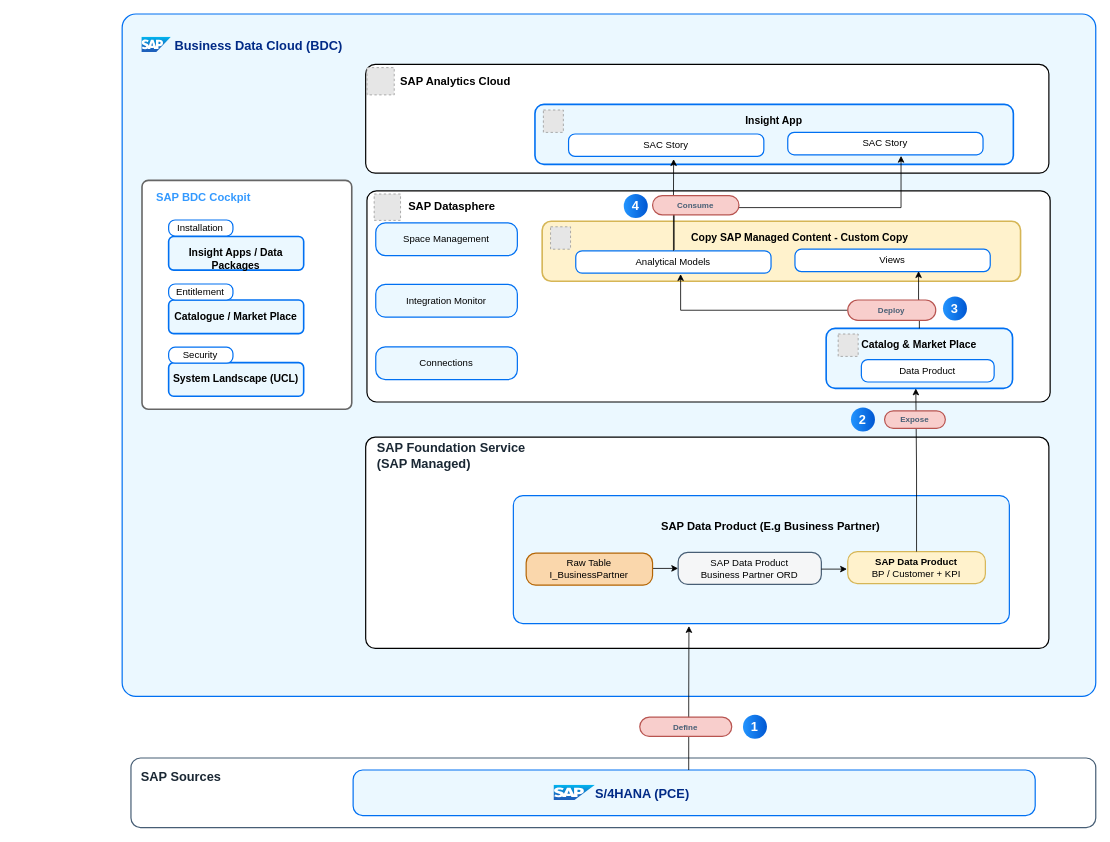
This is docs/ref-arch/RA0013/3-insight-apps-greenfield-bdc/drawio/sap-managed-custom-insight-app.drawio from SAP/architecture-center, a draw.io file, before an edit. Source tidied: cells renumbered, new cells numbered last; positions are measured from the earlier drawing's top-left corner, leaving out a move shared by most shapes. Both pictures are drawn from the tidied source at 80%, with x=0, y=0 at pixel (20, 14). Pictures stored in the file or linked from it are replaced by grey dashed boxes.
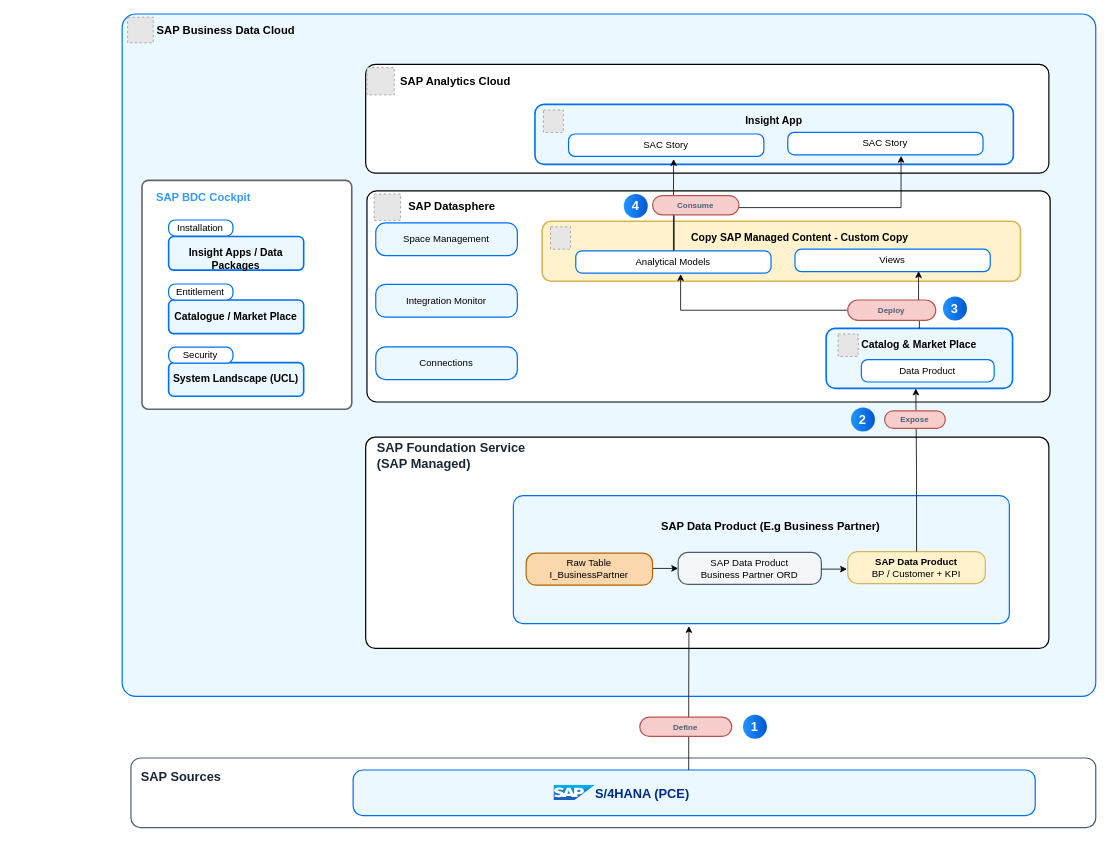
After the change.

What changed in the source:
```diff
@@
-    <mxCell id="15" value=" Business Data Cloud (BDC)" style="image;image=img/lib/sap/SAP_Logo.svg;editableCssRules=.*;verticalLabelPosition=middle;labelBackgroundColor=none;verticalAlign=middle;imageAspect=0;labelPosition=right;align=left;fontSize=16;fontStyle=1;spacingLeft=0;fontColor=#002A86;spacing=0;" parent="1" vertex="1">
-      <mxGeometry x="151.7" y="29" width="37" height="19" as="geometry" />
-    </mxCell>
@@
+    <mxCell id="70" style="group;" parent="1" vertex="1">
+      <mxGeometry x="134" y="4" width="219.6" height="32" as="geometry" />
+    </mxCell>
+    <mxCell id="71" style="fillColor=#E6E6E6;strokeColor=#999999;dashed=1;verticalLabelPosition=bottom;labelBackgroundColor=default;verticalAlign=top;fontSize=12;fontColor=#1D2D3E;fontStyle=0;" parent="70" vertex="1">
+      <mxGeometry width="32" height="32" as="geometry" />
+    </mxCell>
+    <mxCell id="72" value="&lt;b style=&quot;font-size: 14px;&quot;&gt;SAP Business Data Cloud&lt;/b&gt;" style="text;html=1;strokeColor=none;fillColor=none;align=center;verticalAlign=middle;whiteSpace=wrap;rounded=0;fontSize=14;fontColor=#000000;opacity=0;" parent="70" vertex="1">
+      <mxGeometry x="26" y="2" width="193.6" height="30" as="geometry" />
+    </mxCell>
```
